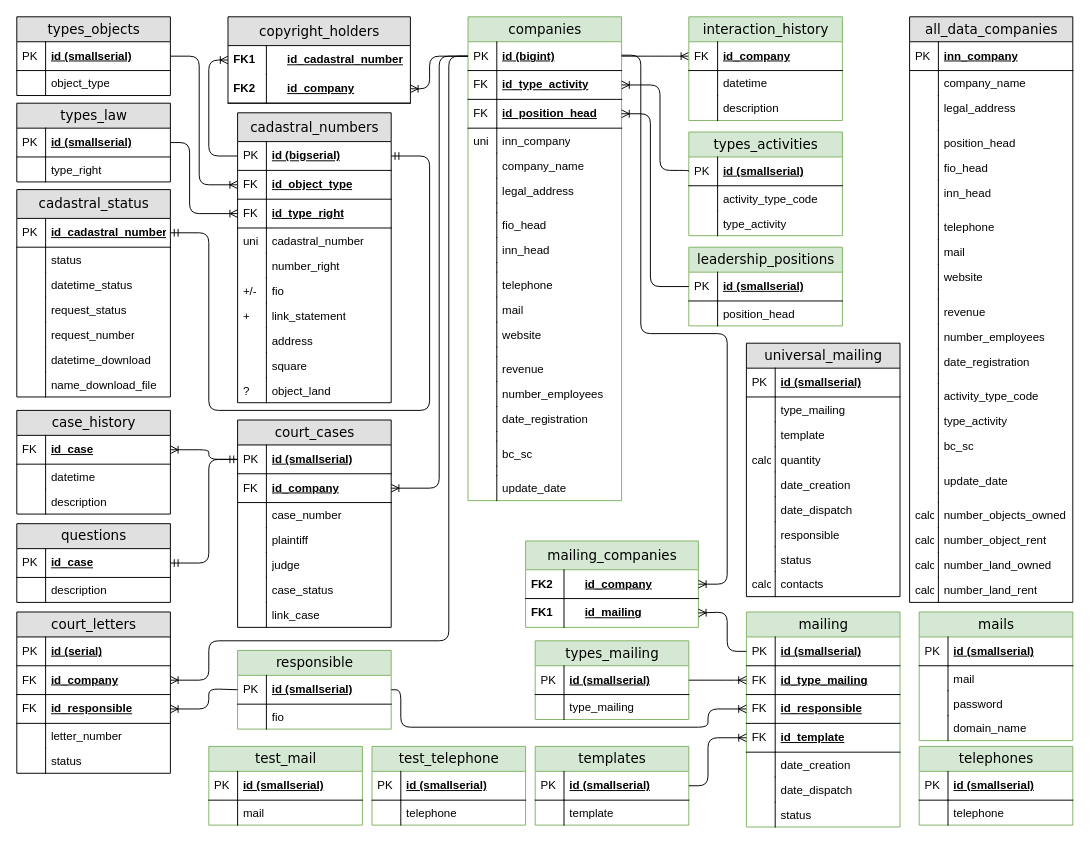
Earlier version of the draw.io diagram Диаграмма без названия.drawio (meadowse/factorial). Source tidied: cells renumbered, new cells numbered last; positions are measured from the earlier drawing's top-left corner, leaving out a move shared by most shapes. Both pictures are drawn from the tidied source at 96%, with x=0, y=0 at pixel (16, 16).
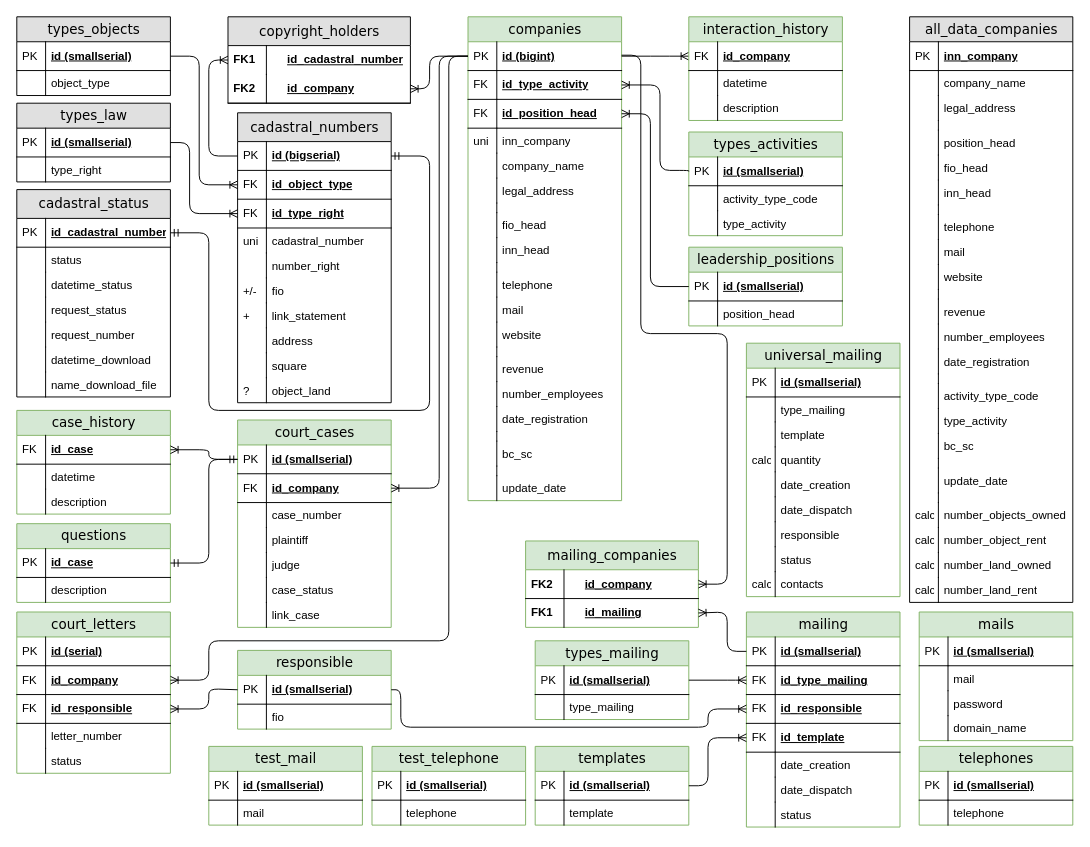
After the change.

Change to the diagram source:
```diff
@@
-    <mxCell id="176" value="court_cases" style="swimlane;html=1;fontStyle=0;horizontal=1;startSize=26;fillColor=#e0e0e0;swimlaneFillColor=#ffffff;align=center;rounded=0;shadow=0;comic=0;labelBackgroundColor=none;strokeWidth=1;fontFamily=Verdana;fontSize=14;" parent="1" vertex="1">
+    <mxCell id="176" value="court_cases" style="swimlane;html=1;fontStyle=0;horizontal=1;startSize=26;fillColor=#d5e8d4;swimlaneFillColor=#ffffff;align=center;rounded=0;shadow=0;comic=0;labelBackgroundColor=none;strokeWidth=1;fontFamily=Verdana;fontSize=14;strokeColor=#82b366;" parent="1" vertex="1">
       <mxGeometry x="230" y="420" width="160" height="216" as="geometry" />
     </mxCell>
@@
-    <mxCell id="192" value="court_letters" style="swimlane;html=1;fontStyle=0;horizontal=1;startSize=26;fillColor=#e0e0e0;swimlaneFillColor=#ffffff;align=center;rounded=0;shadow=0;comic=0;labelBackgroundColor=none;strokeWidth=1;fontFamily=Verdana;fontSize=14;" parent="1" vertex="1">
+    <mxCell id="192" value="court_letters" style="swimlane;html=1;fontStyle=0;horizontal=1;startSize=26;fillColor=#d5e8d4;swimlaneFillColor=#ffffff;align=center;rounded=0;shadow=0;comic=0;labelBackgroundColor=none;strokeWidth=1;fontFamily=Verdana;fontSize=14;strokeColor=#82b366;" parent="1" vertex="1">
       <mxGeometry y="620" width="160" height="168" as="geometry" />
     </mxCell>
@@
-    <mxCell id="210" value="case_history" style="swimlane;html=1;fontStyle=0;horizontal=1;startSize=26;fillColor=#e0e0e0;swimlaneFillColor=#ffffff;align=center;rounded=0;shadow=0;comic=0;labelBackgroundColor=none;strokeWidth=1;fontFamily=Verdana;fontSize=14;" parent="1" vertex="1">
+    <mxCell id="210" value="case_history" style="swimlane;html=1;fontStyle=0;horizontal=1;startSize=26;fillColor=#d5e8d4;swimlaneFillColor=#ffffff;align=center;rounded=0;shadow=0;comic=0;labelBackgroundColor=none;strokeWidth=1;fontFamily=Verdana;fontSize=14;strokeColor=#82b366;" parent="1" vertex="1">
       <mxGeometry y="410" width="160" height="108" as="geometry" />
     </mxCell>
@@
-    <mxCell id="218" value="questions" style="swimlane;html=1;fontStyle=0;horizontal=1;startSize=26;fillColor=#e0e0e0;swimlaneFillColor=#ffffff;align=center;rounded=0;shadow=0;comic=0;labelBackgroundColor=none;strokeWidth=1;fontFamily=Verdana;fontSize=14;" parent="1" vertex="1">
+    <mxCell id="218" value="questions" style="swimlane;html=1;fontStyle=0;horizontal=1;startSize=26;fillColor=#d5e8d4;swimlaneFillColor=#ffffff;align=center;rounded=0;shadow=0;comic=0;labelBackgroundColor=none;strokeWidth=1;fontFamily=Verdana;fontSize=14;strokeColor=#82b366;" parent="1" vertex="1">
       <mxGeometry y="528" width="160" height="82" as="geometry" />
     </mxCell>
@@
-    <mxCell id="273" value="universal_mailing" style="swimlane;html=1;fontStyle=0;horizontal=1;startSize=26;fillColor=#e0e0e0;swimlaneFillColor=#ffffff;align=center;rounded=0;shadow=0;comic=0;labelBackgroundColor=none;strokeWidth=1;fontFamily=Verdana;fontSize=14;" parent="1" vertex="1">
+    <mxCell id="273" value="universal_mailing" style="swimlane;html=1;fontStyle=0;horizontal=1;startSize=26;fillColor=#d5e8d4;swimlaneFillColor=#ffffff;align=center;rounded=0;shadow=0;comic=0;labelBackgroundColor=none;strokeWidth=1;fontFamily=Verdana;fontSize=14;strokeColor=#82b366;" parent="1" vertex="1">
       <mxGeometry x="760" y="340" width="160" height="264" as="geometry" />
     </mxCell>
```
